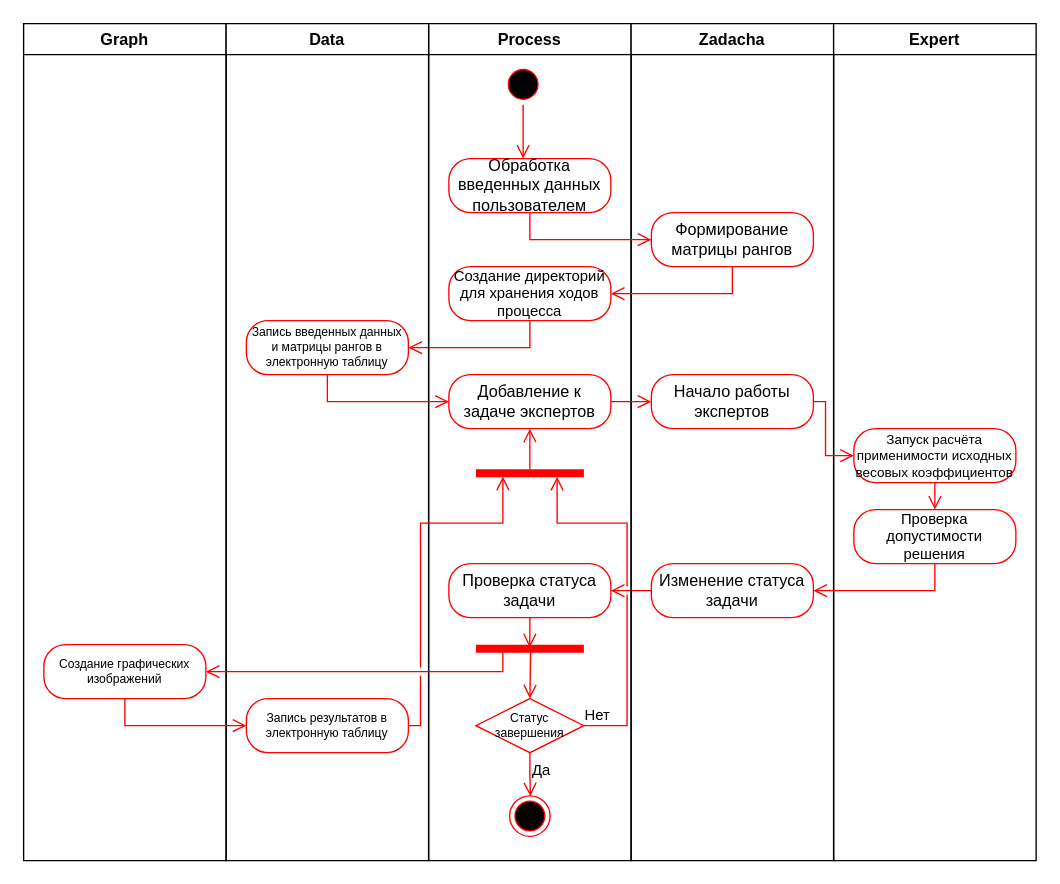
Dimj1k/Works keeps this draw.io diagram as draw_io/AD.drawio. Above is the earlier version. Source tidied: cells renumbered, new cells numbered last; positions are measured from the earlier drawing's top-left corner, leaving out a move shared by most shapes. Both pictures are drawn from the tidied source at 135%, with x=0, y=0 at pixel (23, 23).
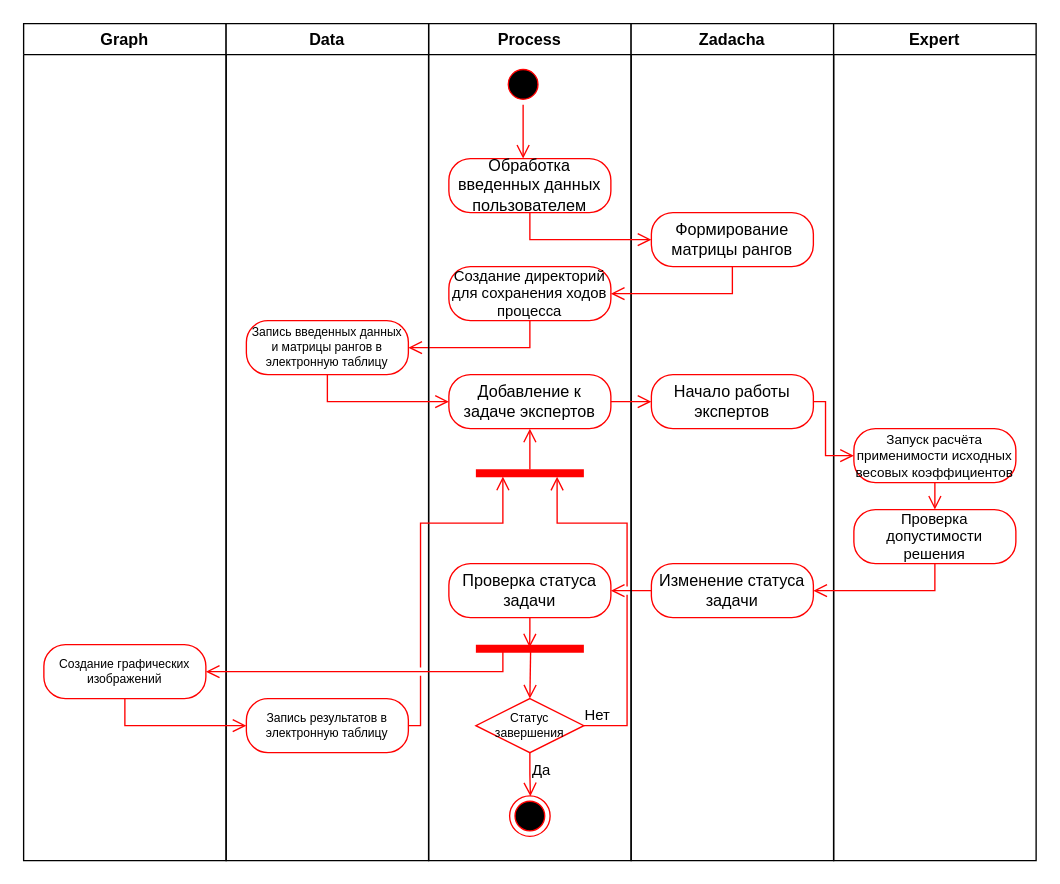
The same page after the edit.

Unchanged cells that the change refers to:
```xml
<mxCell id="3" value="Process" style="swimlane;whiteSpace=wrap;html=1;" parent="1" vertex="1">
  <mxGeometry x="300" width="150" height="620" as="geometry" />
</mxCell>
```

Diff of the diagram source:
```diff
@@
-    <mxCell id="7" value="Создание директорий для хранения ходов процесса" style="rounded=1;whiteSpace=wrap;html=1;arcSize=40;fontColor=#000000;fillColor=#FFFFFF;strokeColor=#ff0000;fontSize=11;" parent="3" vertex="1">
+    <mxCell id="7" value="Создание директорий для сохранения ходов процесса" style="rounded=1;whiteSpace=wrap;html=1;arcSize=40;fontColor=#000000;fillColor=#FFFFFF;strokeColor=#ff0000;fontSize=11;" parent="3" vertex="1">
       <mxGeometry x="15" y="180" width="120" height="40" as="geometry" />
     </mxCell>
```
